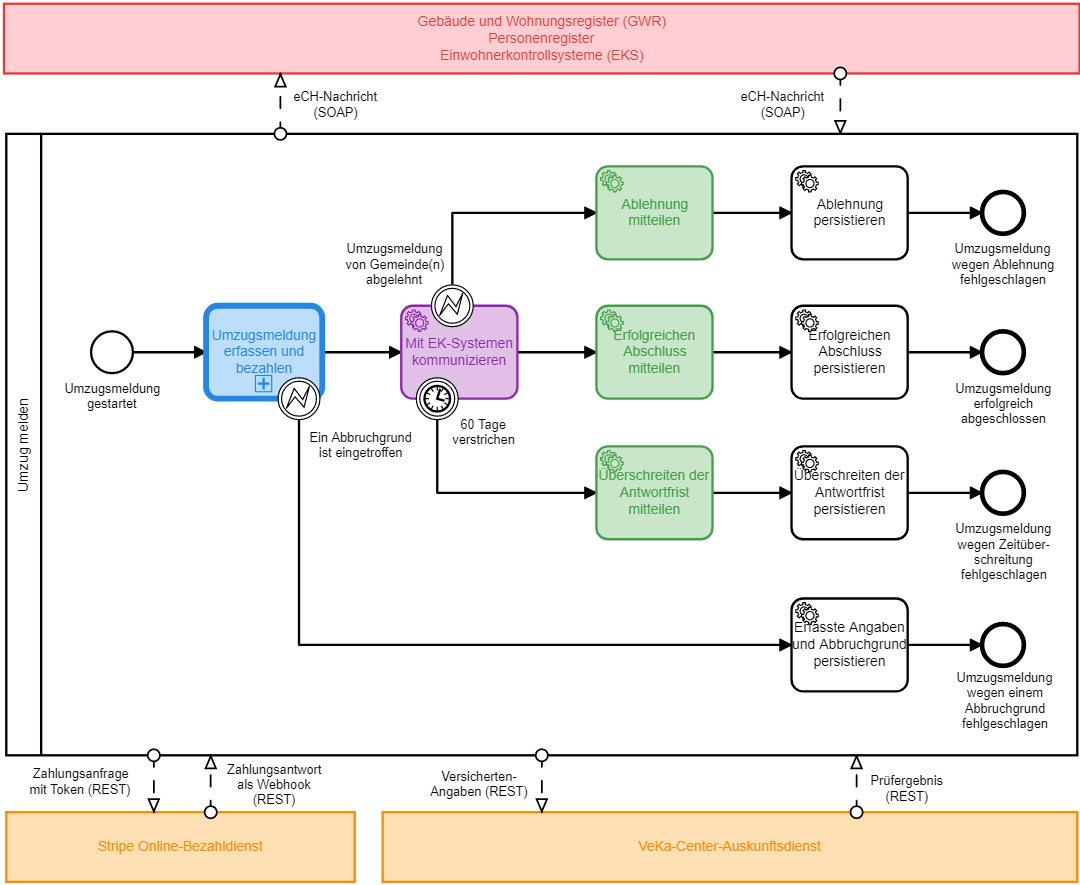
The BPMN diagram src/docs/architecture/MainProcessArchitectureView.png in zhaw-gpi/eumzug-plattform-2018, before a commit. Its source is kept beside it as src/docs/architecture/MainProcessArchitectureView.bpmn. Ids are renumbered.
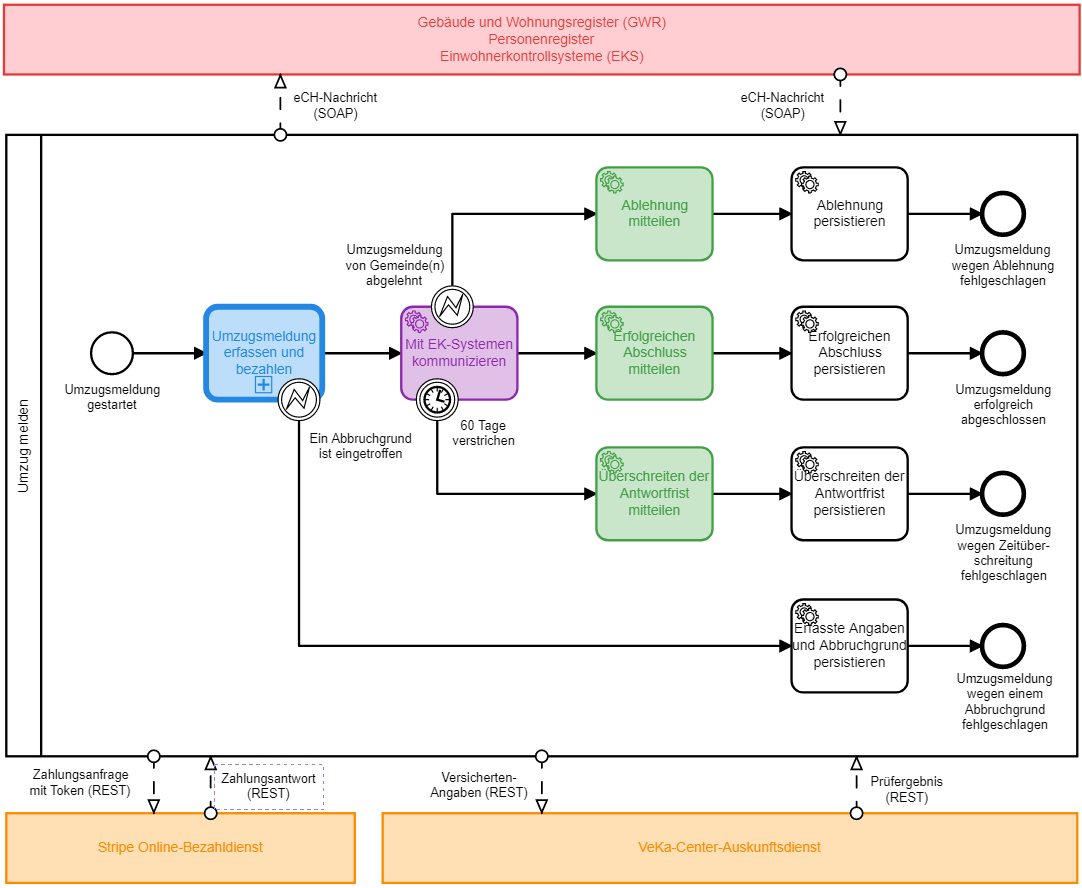
Later version of the same file.

Change to the diagram source:
```diff
@@ -9,7 +9,7 @@
     <bpmn:messageFlow id="MessageFlow_n10" name="Versicherten-Angaben (REST)" sourceRef="Participant_n3" targetRef="Participant_n7" />
     <bpmn:messageFlow id="MessageFlow_n11" name="Prüfergebnis (REST)" sourceRef="Participant_n7" targetRef="Participant_n3" />
     <bpmn:messageFlow id="MessageFlow_n12" name="Zahlungsanfrage mit Token (REST)" sourceRef="Participant_n3" targetRef="Participant_n6" />
-    <bpmn:messageFlow id="MessageFlow_n13" name="Zahlungsantwort als Webhook (REST)" sourceRef="Participant_n6" targetRef="Participant_n3" />
+    <bpmn:messageFlow id="MessageFlow_n13" name="Zahlungsantwort (REST)" sourceRef="Participant_n6" targetRef="Participant_n3" />
   </bpmn:collaboration>
   <bpmn:process id="Process_n4" isExecutable="false">
     <bpmn:startEvent id="StartEvent_n14" name="Umzugsmeldung gestartet">
@@ -273,7 +273,7 @@
         <di:waypoint x="192" y="711" />
         <di:waypoint x="192" y="662" />
         <bpmndi:BPMNLabel>
-          <dc:Bounds x="206" y="668" width="82" height="40" />
+          <dc:Bounds x="201" y="675" width="82" height="27" />
         </bpmndi:BPMNLabel>
       </bpmndi:BPMNEdge>
     </bpmndi:BPMNPlane>
```
